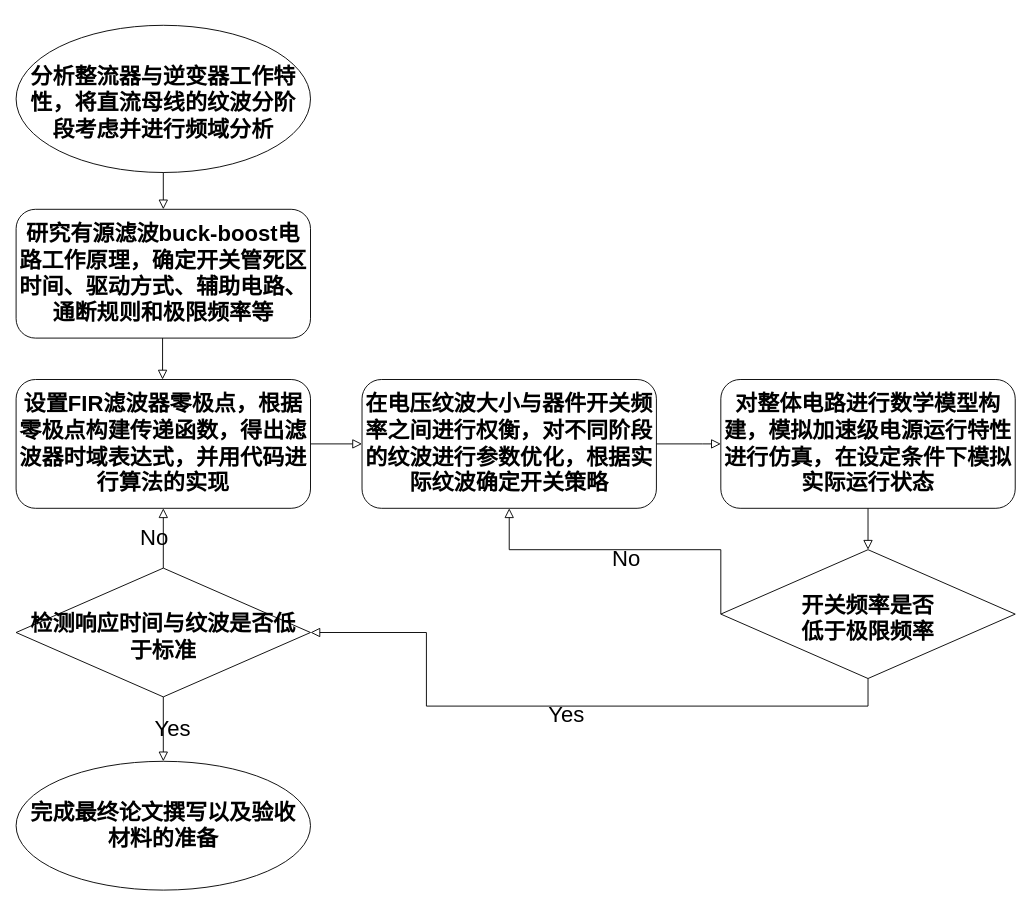
Before: 开题答辩-实施方案.drawio in duzhenchang/diagrams, a draw.io diagram. Source tidied: cells renumbered, new cells numbered last; positions are measured from the earlier drawing's top-left corner, leaving out a move shared by most shapes. Both pictures are drawn from the tidied source at 92%, with x=0, y=0 at pixel (16, 25).
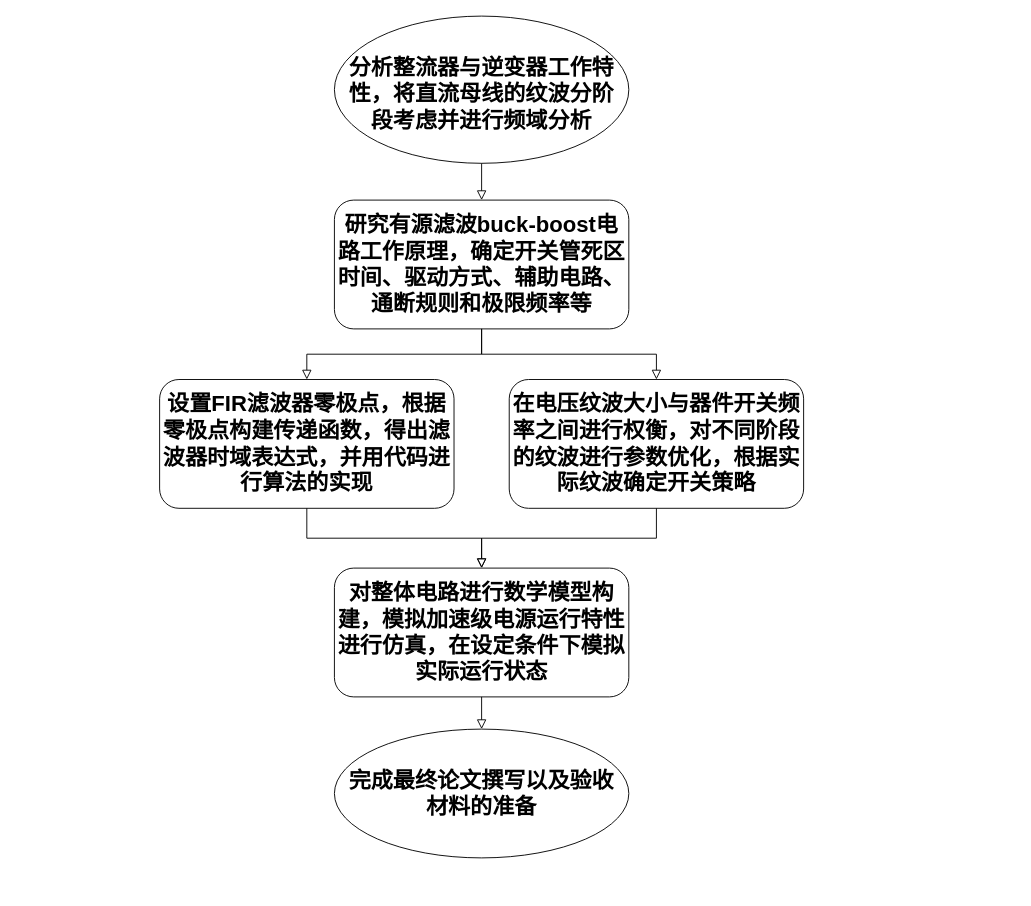
The same page after the edit.

Commit message:
删除判断，竖版

Diff of the diagram source:
```diff
@@
     <mxCell id="2" value="&lt;font style=&quot;font-size: 24px;&quot;&gt;&lt;b&gt;研究有源滤波buck-boost电路工作原理，确定开关管死区时间、驱动方式、辅助电路、通断规则和极限频率等&lt;/b&gt;&lt;/font&gt;" style="rounded=1;whiteSpace=wrap;html=1;fontSize=12;glass=0;strokeWidth=1;shadow=0;" parent="1" vertex="1">
-      <mxGeometry y="200" width="320" height="140" as="geometry" />
+      <mxGeometry x="346" y="190" width="320" height="140" as="geometry" />
     </mxCell>
     <mxCell id="3" value="&lt;font style=&quot;font-size: 24px;&quot;&gt;&lt;b&gt;设置FIR滤波器零极点，根据零极点构建传递函数，得出滤波器时域表达式，并用代码进行算法的实现&lt;/b&gt;&lt;/font&gt;" style="rounded=1;whiteSpace=wrap;html=1;fontSize=12;glass=0;strokeWidth=1;shadow=0;" parent="1" vertex="1">
-      <mxGeometry y="385" width="320" height="140" as="geometry" />
+      <mxGeometry x="156" y="385" width="320" height="140" as="geometry" />
     </mxCell>
     <mxCell id="4" value="&lt;font style=&quot;font-size: 24px;&quot;&gt;&lt;b&gt;在电压纹波大小与器件开关频率之间进行权衡，对不同阶段的纹波进行参数优化，根据实际纹波确定开关策略&lt;/b&gt;&lt;/font&gt;" style="rounded=1;whiteSpace=wrap;html=1;fontSize=12;glass=0;strokeWidth=1;shadow=0;" parent="1" vertex="1">
-      <mxGeometry x="376" y="385" width="320" height="140" as="geometry" />
+      <mxGeometry x="536" y="385" width="320" height="140" as="geometry" />
     </mxCell>
-    <mxCell id="5" style="rounded=0;html=1;jettySize=auto;fontSize=11;endArrow=block;endFill=0;endSize=8;strokeWidth=1;shadow=0;labelBackgroundColor=none;edgeStyle=orthogonalEdgeStyle;entryX=0;entryY=0.5;entryDx=0;entryDy=0;exitX=1;exitY=0.5;exitDx=0;exitDy=0;" parent="1" edge="1" source="3" target="4">
-      <mxGeometry relative="1" as="geometry" />
-    </mxCell>
     <mxCell id="6" value="&lt;font style=&quot;font-size: 24px;&quot;&gt;&lt;b&gt;分析整流器与逆变器工作特性，将直流母线的纹波分阶段考虑并进行频域分析&lt;/b&gt;&lt;/font&gt;" style="ellipse;whiteSpace=wrap;html=1;spacingLeft=5;spacingRight=5;spacingTop=10;" parent="1" vertex="1">
-      <mxGeometry width="320" height="160" as="geometry" />
+      <mxGeometry x="346" y="-10" width="320" height="160" as="geometry" />
     </mxCell>
     <mxCell id="7" value="&lt;font style=&quot;font-size: 24px;&quot;&gt;&lt;b&gt;完成最终论文撰写以及验收材料的准备&lt;/b&gt;&lt;/font&gt;" style="ellipse;whiteSpace=wrap;html=1;spacingLeft=5;spacingRight=5;" parent="1" vertex="1">
-      <mxGeometry y="800" width="320" height="140" as="geometry" />
+      <mxGeometry x="346" y="765" width="320" height="140" as="geometry" />
     </mxCell>
     <mxCell id="8" value="&lt;font style=&quot;font-size: 24px;&quot;&gt;&lt;b&gt;对整体电路进行数学模型构建，模拟加速级电源运行特性进行仿真，在设定条件下模拟实际运行状态&lt;/b&gt;&lt;/font&gt;" style="rounded=1;whiteSpace=wrap;html=1;fontSize=12;glass=0;strokeWidth=1;shadow=0;" parent="1" vertex="1">
-      <mxGeometry x="766" y="385" width="320" height="140" as="geometry" />
+      <mxGeometry x="346" y="590" width="320" height="140" as="geometry" />
     </mxCell>
-    <mxCell id="9" value="&lt;font style=&quot;font-size: 24px;&quot;&gt;&lt;b&gt;开关频率是否&lt;br&gt;低于极限频率&lt;/b&gt;&lt;/font&gt;" style="rhombus;whiteSpace=wrap;html=1;spacingLeft=10;spacingRight=10;spacingTop=10;" parent="1" vertex="1">
-      <mxGeometry x="766" y="570" width="320" height="140" as="geometry" />
-    </mxCell>
-    <mxCell id="10" style="rounded=0;html=1;jettySize=auto;fontSize=11;endArrow=block;endFill=0;endSize=8;strokeWidth=1;shadow=0;labelBackgroundColor=none;edgeStyle=orthogonalEdgeStyle;entryX=0;entryY=0.5;entryDx=0;entryDy=0;exitX=1;exitY=0.5;exitDx=0;exitDy=0;" parent="1" edge="1" source="4" target="8">
-      <mxGeometry relative="1" as="geometry">
-        <Array as="points">
-          <mxPoint x="746" y="455" />
-          <mxPoint x="746" y="455" />
-        </Array>
-      </mxGeometry>
-    </mxCell>
-    <mxCell id="11" style="rounded=0;html=1;jettySize=auto;fontSize=11;endArrow=block;endFill=0;endSize=8;strokeWidth=1;shadow=0;labelBackgroundColor=none;edgeStyle=orthogonalEdgeStyle;exitX=0.5;exitY=1;exitDx=0;exitDy=0;entryX=0.5;entryY=0;entryDx=0;entryDy=0;" parent="1" edge="1" source="8" target="9">
-      <mxGeometry relative="1" as="geometry" />
-    </mxCell>
-    <mxCell id="12" value="&lt;font style=&quot;font-size: 24px;&quot;&gt;No&lt;/font&gt;" style="edgeStyle=orthogonalEdgeStyle;rounded=0;jettySize=auto;fontSize=11;endArrow=block;endFill=0;endSize=8;strokeWidth=1;shadow=0;labelBackgroundColor=none;html=1;entryX=0.5;entryY=1;entryDx=0;entryDy=0;exitX=0;exitY=0.5;exitDx=0;exitDy=0;" parent="1" edge="1" source="9" target="4">
-      <mxGeometry y="10" relative="1" as="geometry">
-        <Array as="points">
-          <mxPoint x="766" y="570" />
-          <mxPoint x="536" y="570" />
-        </Array>
-      </mxGeometry>
-    </mxCell>
-    <mxCell id="13" value="&lt;font style=&quot;font-size: 24px;&quot;&gt;&lt;b&gt;检测响应时间与纹波是否低于标准&lt;/b&gt;&lt;/font&gt;" style="rhombus;whiteSpace=wrap;html=1;spacingLeft=10;spacingRight=10;spacingTop=10;" parent="1" vertex="1">
-      <mxGeometry y="590" width="320" height="140" as="geometry" />
-    </mxCell>
-    <mxCell id="14" value="&lt;font style=&quot;font-size: 24px;&quot;&gt;Yes&lt;/font&gt;" style="edgeStyle=orthogonalEdgeStyle;rounded=0;html=1;jettySize=auto;fontSize=11;endArrow=block;endFill=0;endSize=8;strokeWidth=1;shadow=0;labelBackgroundColor=none;exitX=0.5;exitY=1;exitDx=0;exitDy=0;entryX=1;entryY=0.5;entryDx=0;entryDy=0;" parent="1" edge="1" source="9" target="13">
-      <mxGeometry y="10" relative="1" as="geometry">
-        <Array as="points">
-          <mxPoint x="926" y="740" />
-          <mxPoint x="446" y="740" />
-          <mxPoint x="446" y="660" />
-        </Array>
-      </mxGeometry>
-    </mxCell>
-    <mxCell id="15" value="&lt;font style=&quot;font-size: 24px;&quot;&gt;No&lt;/font&gt;" style="edgeStyle=orthogonalEdgeStyle;rounded=0;jettySize=auto;fontSize=11;endArrow=block;endFill=0;endSize=8;strokeWidth=1;shadow=0;labelBackgroundColor=none;html=1;exitX=0.5;exitY=0;exitDx=0;exitDy=0;" parent="1" edge="1" source="13" target="3">
-      <mxGeometry y="10" relative="1" as="geometry" />
-    </mxCell>
-    <mxCell id="16" value="&lt;font style=&quot;font-size: 24px;&quot;&gt;Yes&lt;/font&gt;" style="edgeStyle=orthogonalEdgeStyle;rounded=0;html=1;jettySize=auto;fontSize=11;endArrow=block;endFill=0;endSize=8;strokeWidth=1;shadow=0;labelBackgroundColor=none;exitX=0.5;exitY=1;exitDx=0;exitDy=0;entryX=0.5;entryY=0;entryDx=0;entryDy=0;" parent="1" edge="1" source="13" target="7">
-      <mxGeometry y="10" relative="1" as="geometry">
-        <Array as="points">
-          <mxPoint x="160" y="730" />
-          <mxPoint x="160" y="800" />
-        </Array>
-      </mxGeometry>
-    </mxCell>
-    <mxCell id="17" style="rounded=0;html=1;jettySize=auto;orthogonalLoop=1;fontSize=11;endArrow=block;endFill=0;endSize=8;strokeWidth=1;shadow=0;labelBackgroundColor=none;edgeStyle=orthogonalEdgeStyle;exitX=0.5;exitY=1;exitDx=0;exitDy=0;entryX=0.5;entryY=0;entryDx=0;entryDy=0;" parent="1" edge="1">
-      <mxGeometry relative="1" as="geometry">
-        <mxPoint x="159.2" y="340" as="sourcePoint" />
-        <mxPoint x="159.2" y="385" as="targetPoint" />
-      </mxGeometry>
+    <mxCell id="17" style="rounded=0;html=1;jettySize=auto;fontSize=11;endArrow=block;endFill=0;endSize=8;strokeWidth=1;shadow=0;labelBackgroundColor=none;edgeStyle=orthogonalEdgeStyle;exitX=0.5;exitY=1;exitDx=0;exitDy=0;entryX=0.5;entryY=0;entryDx=0;entryDy=0;" parent="1" edge="1" source="2" target="3">
+      <mxGeometry relative="1" as="geometry" />
     </mxCell>
@@
+    <mxCell id="19" style="rounded=0;html=1;jettySize=auto;fontSize=11;endArrow=block;endFill=0;endSize=8;strokeWidth=1;shadow=0;labelBackgroundColor=none;edgeStyle=orthogonalEdgeStyle;exitX=0.5;exitY=1;exitDx=0;exitDy=0;entryX=0.5;entryY=0;entryDx=0;entryDy=0;" parent="1" edge="1" source="2" target="4">
+      <mxGeometry relative="1" as="geometry" />
+    </mxCell>
+    <mxCell id="20" style="rounded=0;html=1;jettySize=auto;fontSize=11;endArrow=block;endFill=0;endSize=8;strokeWidth=1;shadow=0;labelBackgroundColor=none;edgeStyle=orthogonalEdgeStyle;exitX=0.5;exitY=1;exitDx=0;exitDy=0;entryX=0.5;entryY=0;entryDx=0;entryDy=0;" parent="1" edge="1" source="3" target="8">
+      <mxGeometry relative="1" as="geometry" />
+    </mxCell>
+    <mxCell id="10" style="rounded=0;html=1;jettySize=auto;fontSize=11;endArrow=block;endFill=0;endSize=8;strokeWidth=1;shadow=0;labelBackgroundColor=none;edgeStyle=orthogonalEdgeStyle;exitX=0.5;exitY=1;exitDx=0;exitDy=0;entryX=0.5;entryY=0;entryDx=0;entryDy=0;" parent="1" edge="1" source="4" target="8">
+      <mxGeometry relative="1" as="geometry" />
+    </mxCell>
+    <mxCell id="21" style="rounded=0;html=1;jettySize=auto;fontSize=11;endArrow=block;endFill=0;endSize=8;strokeWidth=1;shadow=0;labelBackgroundColor=none;edgeStyle=orthogonalEdgeStyle;exitX=0.5;exitY=1;exitDx=0;exitDy=0;entryX=0.5;entryY=0;entryDx=0;entryDy=0;" parent="1" edge="1" source="8" target="7">
+      <mxGeometry relative="1" as="geometry" />
+    </mxCell>
```
